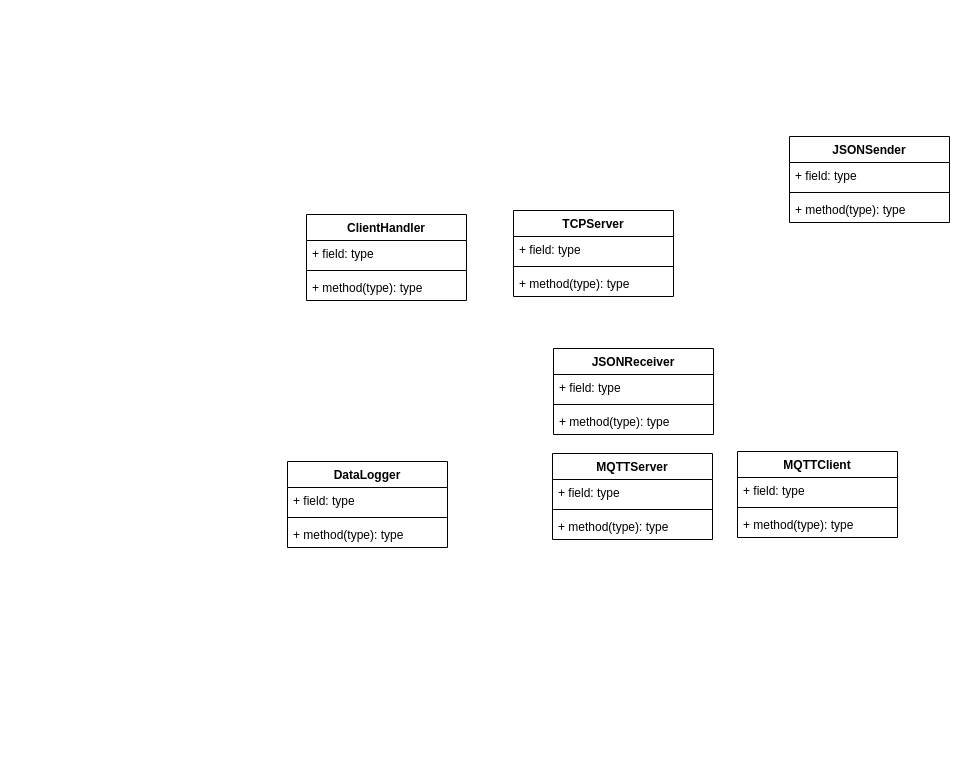
Earlier version of the draw.io diagram page "Classes" (2 of 2) of c++/docs/design.drawio (moafkaljabi/IoTControl). Source tidied: cells renumbered, new cells numbered last; positions are measured from the earlier drawing's top-left corner, leaving out a move shared by most shapes. Both pictures are drawn from the tidied source at 100%, with x=0, y=0 at pixel (287, 136).
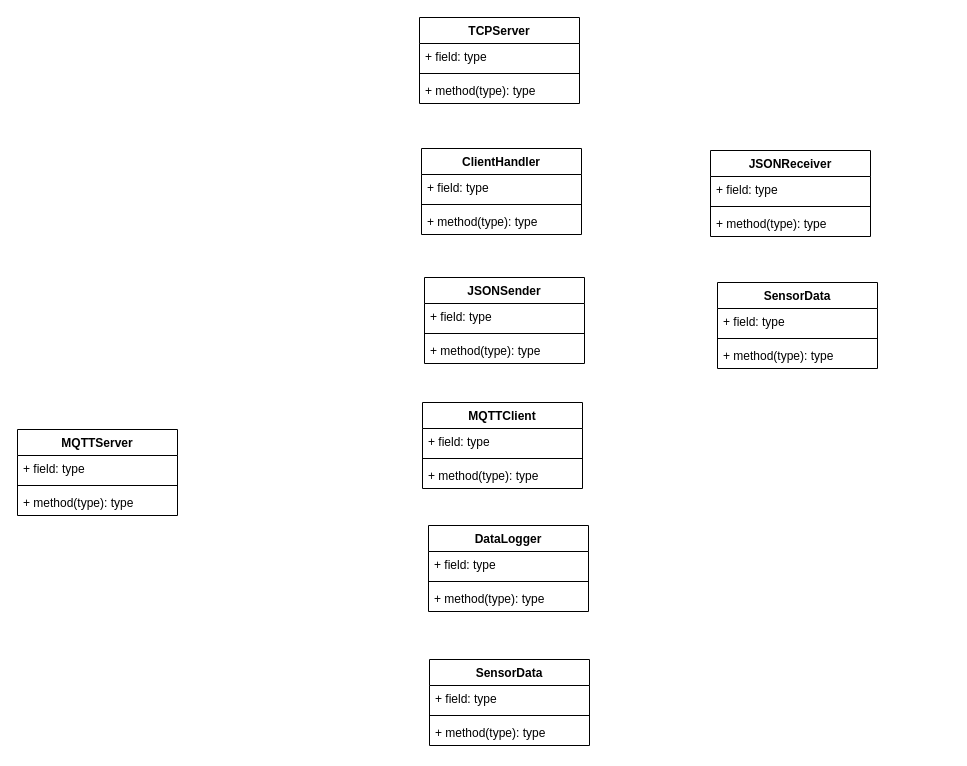
After the change.

The edit, as a diff of the source:
```diff
@@
     <mxCell id="2" value="TCPServer" style="swimlane;fontStyle=1;align=center;verticalAlign=top;horizontal=1;startSize=26;whiteSpace=wrap;html=1;" parent="1" vertex="1">
-      <mxGeometry x="226" y="74" width="160" height="86" as="geometry" />
+      <mxGeometry x="132" y="-119" width="160" height="86" as="geometry" />
     </mxCell>
@@
     <mxCell id="6" value="ClientHandler" style="swimlane;fontStyle=1;align=center;verticalAlign=top;horizontal=1;startSize=26;whiteSpace=wrap;html=1;" parent="1" vertex="1">
-      <mxGeometry x="19" y="78" width="160" height="86" as="geometry" />
+      <mxGeometry x="134" y="12" width="160" height="86" as="geometry" />
     </mxCell>
@@
     <mxCell id="10" value="JSONSender" style="swimlane;fontStyle=1;align=center;verticalAlign=top;horizontal=1;startSize=26;whiteSpace=wrap;html=1;" parent="1" vertex="1">
-      <mxGeometry x="502" width="160" height="86" as="geometry" />
+      <mxGeometry x="137" y="141" width="160" height="86" as="geometry" />
     </mxCell>
@@
     <mxCell id="14" value="DataLogger" style="swimlane;fontStyle=1;align=center;verticalAlign=top;horizontal=1;startSize=26;whiteSpace=wrap;html=1;" parent="1" vertex="1">
-      <mxGeometry y="325" width="160" height="86" as="geometry" />
+      <mxGeometry x="141" y="389" width="160" height="86" as="geometry" />
     </mxCell>
@@
     <mxCell id="18" value="JSONReceiver" style="swimlane;fontStyle=1;align=center;verticalAlign=top;horizontal=1;startSize=26;whiteSpace=wrap;html=1;" parent="1" vertex="1">
-      <mxGeometry x="266" y="212" width="160" height="86" as="geometry" />
+      <mxGeometry x="423" y="14" width="160" height="86" as="geometry" />
     </mxCell>
@@
     <mxCell id="22" value="MQTTClient" style="swimlane;fontStyle=1;align=center;verticalAlign=top;horizontal=1;startSize=26;whiteSpace=wrap;html=1;" parent="1" vertex="1">
-      <mxGeometry x="450" y="315" width="160" height="86" as="geometry" />
+      <mxGeometry x="135" y="266" width="160" height="86" as="geometry" />
     </mxCell>
@@
     <mxCell id="26" value="MQTTServer" style="swimlane;fontStyle=1;align=center;verticalAlign=top;horizontal=1;startSize=26;whiteSpace=wrap;html=1;" parent="1" vertex="1">
-      <mxGeometry x="265" y="317" width="160" height="86" as="geometry" />
+      <mxGeometry x="-270" y="293" width="160" height="86" as="geometry" />
     </mxCell>
@@
+    <mxCell id="30" value="SensorData" style="swimlane;fontStyle=1;align=center;verticalAlign=top;horizontal=1;startSize=26;whiteSpace=wrap;html=1;" parent="1" vertex="1">
+      <mxGeometry x="430" y="146" width="160" height="86" as="geometry" />
+    </mxCell>
+    <mxCell id="31" value="+ field: type" style="text;strokeColor=none;fillColor=none;align=left;verticalAlign=top;spacingLeft=4;spacingRight=4;overflow=hidden;whiteSpace=wrap;html=1;" parent="30" vertex="1">
+      <mxGeometry y="26" width="160" height="26" as="geometry" />
+    </mxCell>
+    <mxCell id="32" style="line;strokeWidth=1;fillColor=none;align=left;verticalAlign=middle;spacingTop=-1;spacingLeft=3;spacingRight=3;labelPosition=right;strokeColor=inherit;" parent="30" vertex="1">
+      <mxGeometry y="52" width="160" height="8" as="geometry" />
+    </mxCell>
+    <mxCell id="33" value="+ method(type): type" style="text;strokeColor=none;fillColor=none;align=left;verticalAlign=top;spacingLeft=4;spacingRight=4;overflow=hidden;whiteSpace=wrap;html=1;" parent="30" vertex="1">
+      <mxGeometry y="60" width="160" height="26" as="geometry" />
+    </mxCell>
+    <mxCell id="34" value="SensorData" style="swimlane;fontStyle=1;align=center;verticalAlign=top;horizontal=1;startSize=26;whiteSpace=wrap;html=1;" parent="1" vertex="1">
+      <mxGeometry x="142" y="523" width="160" height="86" as="geometry" />
+    </mxCell>
+    <mxCell id="35" value="+ field: type" style="text;strokeColor=none;fillColor=none;align=left;verticalAlign=top;spacingLeft=4;spacingRight=4;overflow=hidden;whiteSpace=wrap;html=1;" parent="34" vertex="1">
+      <mxGeometry y="26" width="160" height="26" as="geometry" />
+    </mxCell>
+    <mxCell id="36" style="line;strokeWidth=1;fillColor=none;align=left;verticalAlign=middle;spacingTop=-1;spacingLeft=3;spacingRight=3;labelPosition=right;strokeColor=inherit;" parent="34" vertex="1">
+      <mxGeometry y="52" width="160" height="8" as="geometry" />
+    </mxCell>
+    <mxCell id="37" value="+ method(type): type" style="text;strokeColor=none;fillColor=none;align=left;verticalAlign=top;spacingLeft=4;spacingRight=4;overflow=hidden;whiteSpace=wrap;html=1;" parent="34" vertex="1">
+      <mxGeometry y="60" width="160" height="26" as="geometry" />
+    </mxCell>
```
